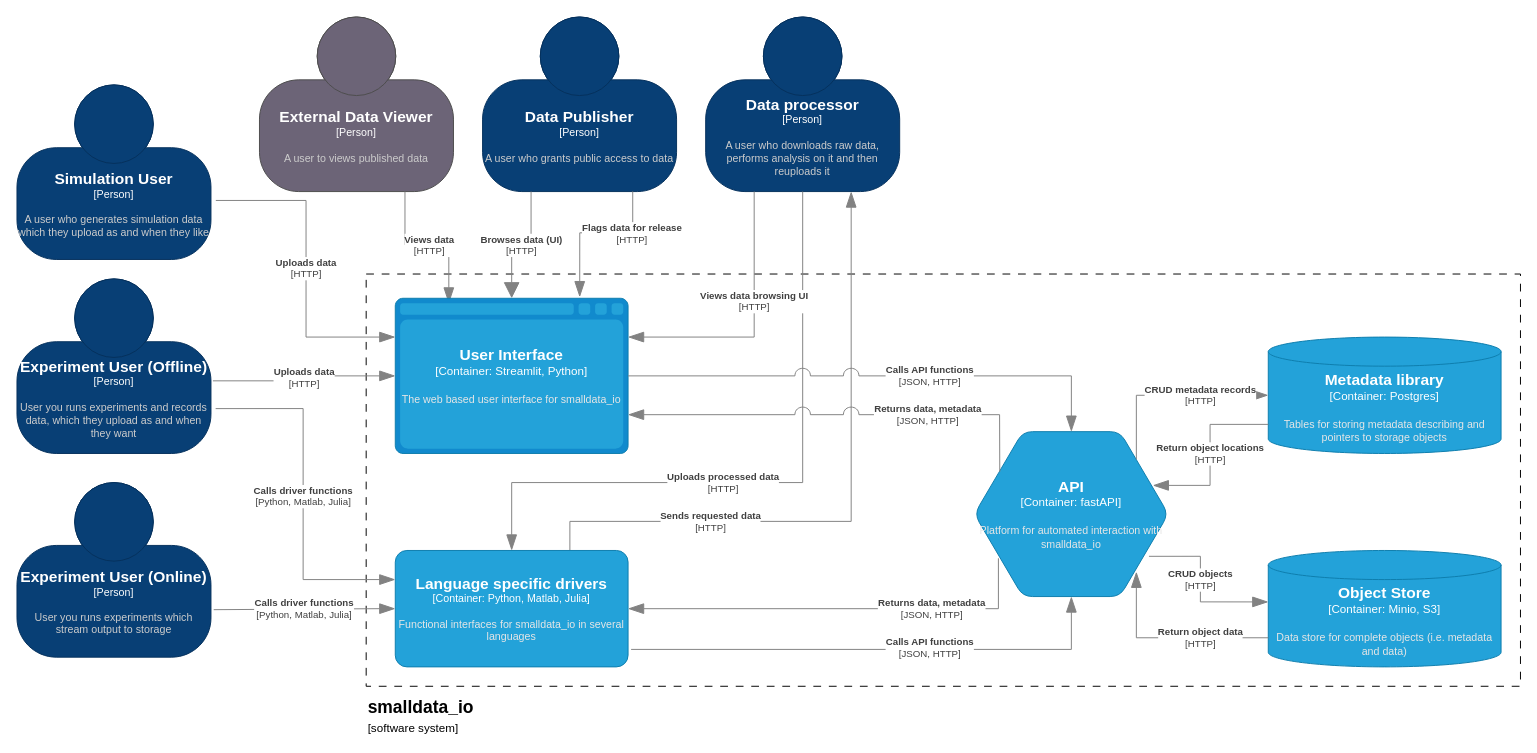
Before: page "Container" (2 of 5) of Smalldata_io.drawio in OliverWoolland/Diagrams, a draw.io diagram. Source tidied: cells renumbered, new cells numbered last; positions are measured from the earlier drawing's top-left corner, leaving out a move shared by most shapes. Both pictures are drawn from the tidied source at 97%, with x=0, y=0 at pixel (16, 16).
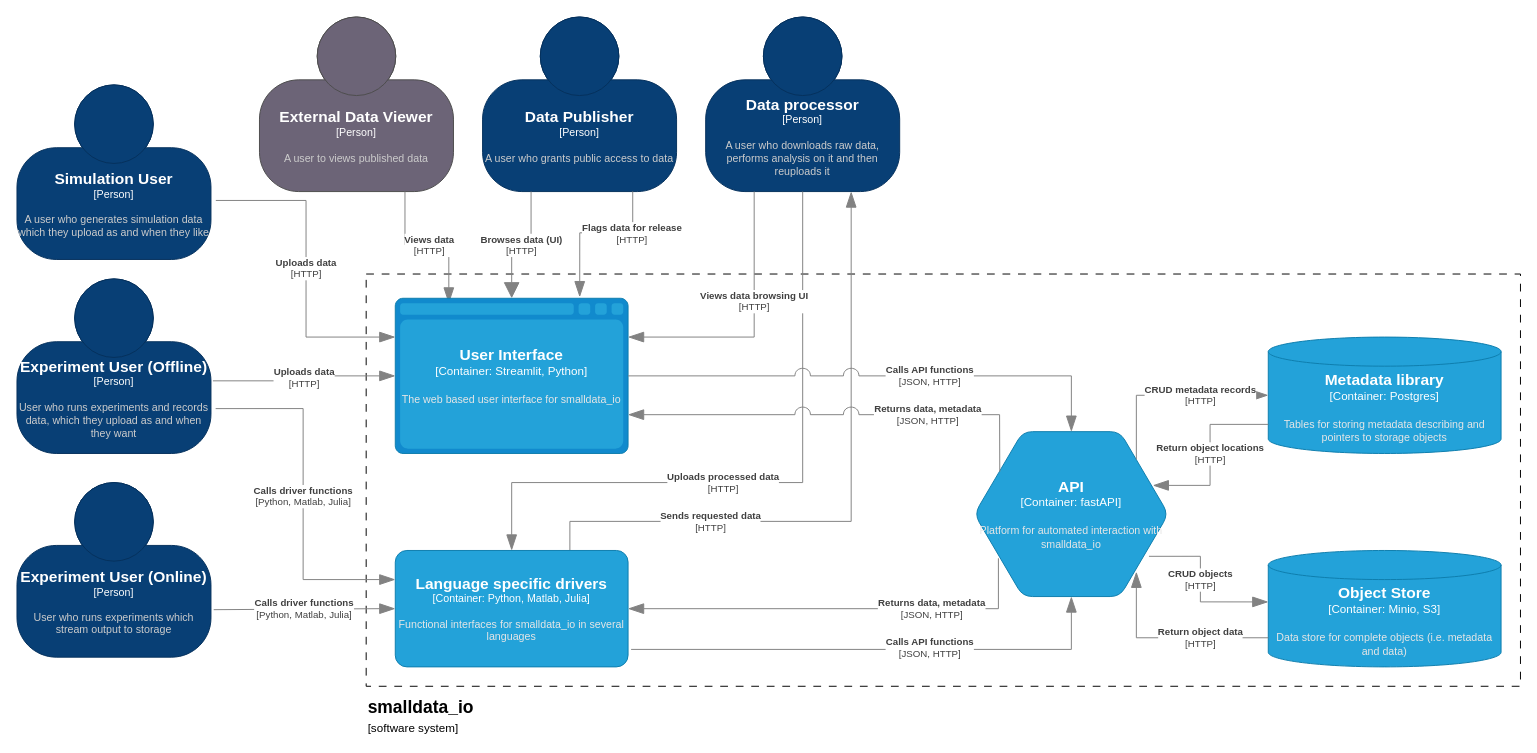
Above is the later version.

Diff of the diagram source:
```diff
@@
-    <object id="4" label="&lt;font style=&quot;font-size: 16px&quot;&gt;&lt;b&gt;%c4Name%&lt;/b&gt;&lt;/font&gt;&lt;div&gt;[%c4Type%]&lt;/div&gt;&lt;br&gt;&lt;div&gt;&lt;font style=&quot;font-size: 11px&quot;&gt;&lt;font color=&quot;#cccccc&quot;&gt;%c4Description%&lt;/font&gt;&lt;/div&gt;" c4Description="User you runs experiments and records data, which they upload as and when they want" c4Name="Experiment User (Offline)" c4Type="Person" placeholders="1">
+    <object id="4" label="&lt;font style=&quot;font-size: 16px&quot;&gt;&lt;b&gt;%c4Name%&lt;/b&gt;&lt;/font&gt;&lt;div&gt;[%c4Type%]&lt;/div&gt;&lt;br&gt;&lt;div&gt;&lt;font style=&quot;font-size: 11px&quot;&gt;&lt;font color=&quot;#cccccc&quot;&gt;%c4Description%&lt;/font&gt;&lt;/div&gt;" c4Description="User who runs experiments and records data, which they upload as and when they want" c4Name="Experiment User (Offline)" c4Type="Person" placeholders="1">
       <mxCell style="html=1;fontSize=11;dashed=0;whiteSpace=wrap;fillColor=#083F75;strokeColor=#06315C;fontColor=#ffffff;shape=mxgraph.c4.person2;align=center;points=[[0.5,0,0],[1,0.5,0],[1,0.75,0],[0.75,1,0],[0.5,1,0],[0.25,1,0],[0,0.75,0],[0,0.5,0]];" parent="1" vertex="1">
         <mxGeometry y="270" width="200" height="180" as="geometry" />
       </mxCell>
     </object>
-    <object id="5" label="&lt;font style=&quot;font-size: 16px&quot;&gt;&lt;b&gt;%c4Name%&lt;/b&gt;&lt;/font&gt;&lt;div&gt;[%c4Type%]&lt;/div&gt;&lt;br&gt;&lt;div&gt;&lt;font style=&quot;font-size: 11px&quot;&gt;&lt;font color=&quot;#cccccc&quot;&gt;%c4Description%&lt;/font&gt;&lt;/div&gt;" c4Description="User you runs experiments which stream output to storage" c4Name="Experiment User (Online)" c4Type="Person" placeholders="1">
+    <object id="5" label="&lt;font style=&quot;font-size: 16px&quot;&gt;&lt;b&gt;%c4Name%&lt;/b&gt;&lt;/font&gt;&lt;div&gt;[%c4Type%]&lt;/div&gt;&lt;br&gt;&lt;div&gt;&lt;font style=&quot;font-size: 11px&quot;&gt;&lt;font color=&quot;#cccccc&quot;&gt;%c4Description%&lt;/font&gt;&lt;/div&gt;" c4Description="User who runs experiments which stream output to storage" c4Name="Experiment User (Online)" c4Type="Person" placeholders="1">
       <mxCell style="html=1;fontSize=11;dashed=0;whiteSpace=wrap;fillColor=#083F75;strokeColor=#06315C;fontColor=#ffffff;shape=mxgraph.c4.person2;align=center;points=[[0.5,0,0],[1,0.5,0],[1,0.75,0],[0.75,1,0],[0.5,1,0],[0.25,1,0],[0,0.75,0],[0,0.5,0]];" parent="1" vertex="1">
         <mxGeometry y="480" width="200" height="180" as="geometry" />
       </mxCell>
     </object>
```
